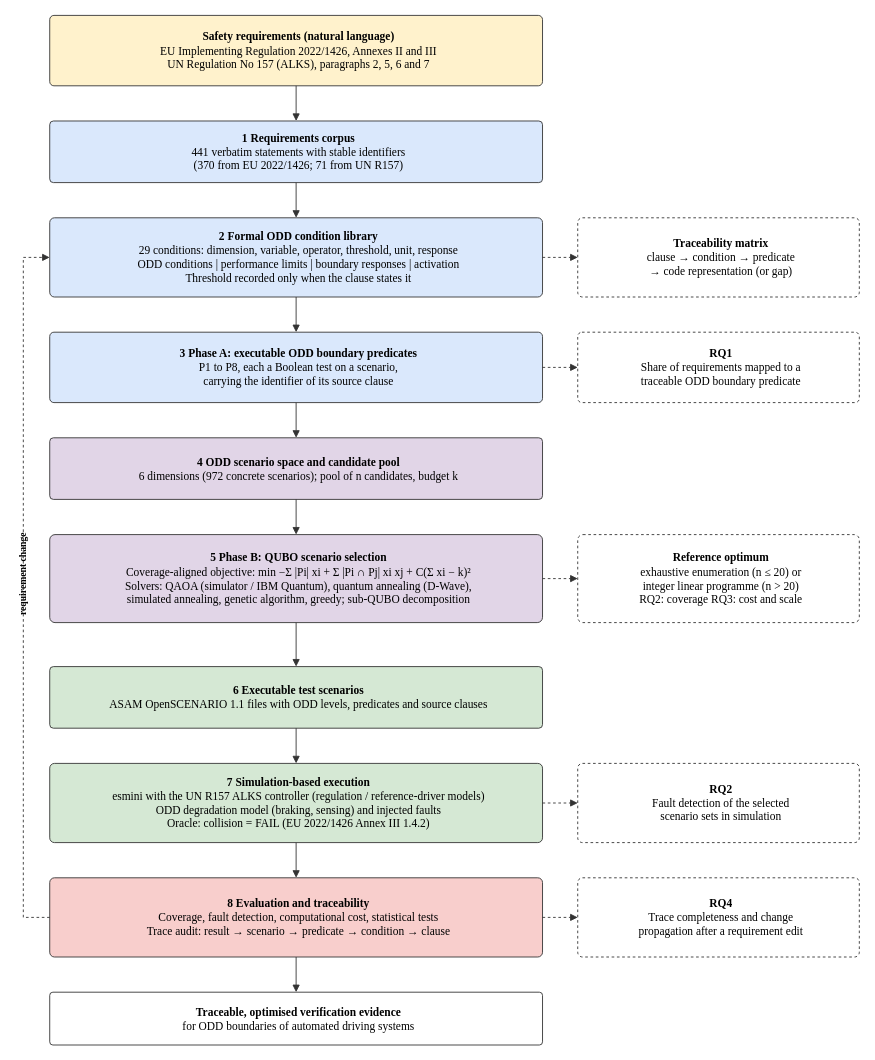
Above: figures/fig3_1_architecture.drawio in RukhDaud/saai-quantum-thesis (draw.io), before the change. Source tidied: cells renumbered, new cells numbered last; positions are measured from the earlier drawing's top-left corner, leaving out a move shared by most shapes. Both pictures are drawn from the tidied source at 88%, with x=0, y=0 at pixel (15, 15).
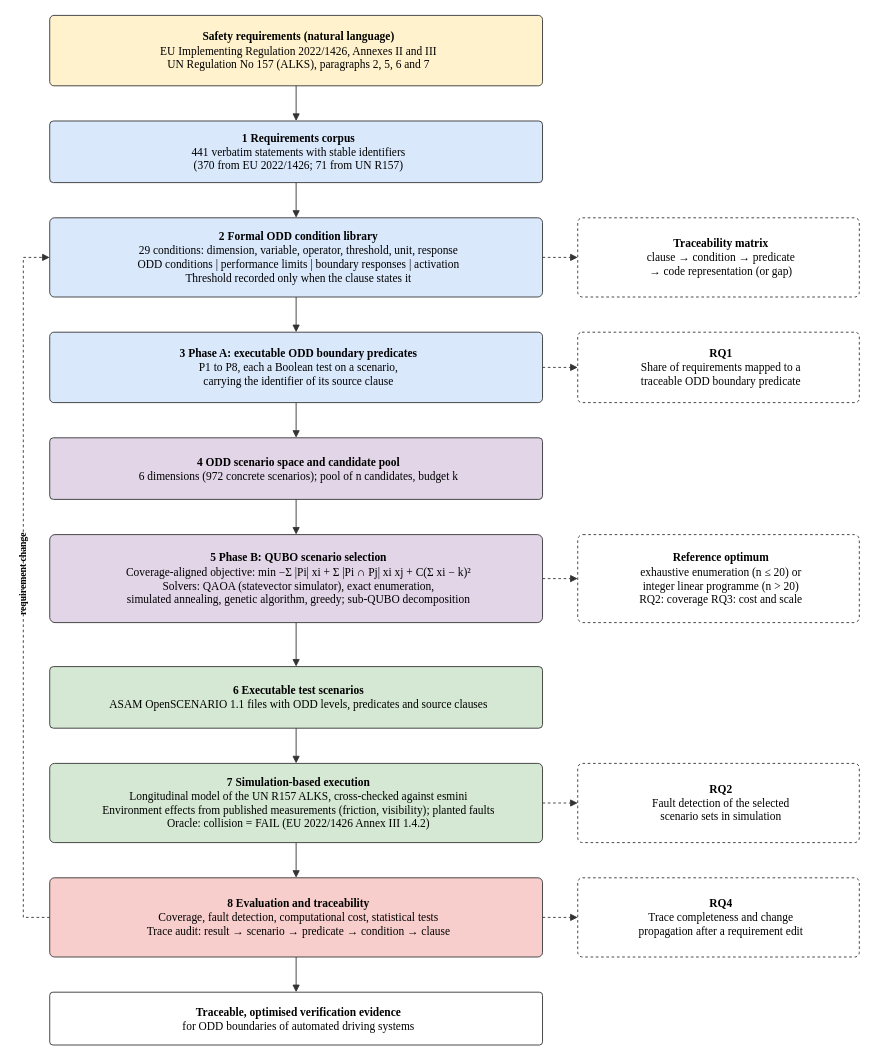
After the change.

The edit, as a diff of the source:
```diff
@@
-    <mxCell id="7" value="&lt;b&gt;5  Phase B: QUBO scenario selection&lt;/b&gt;&lt;br&gt;Coverage-aligned objective: min  −Σ |Pi| xi + Σ |Pi ∩ Pj| xi xj + C(Σ xi − k)²&lt;br&gt;Solvers: QAOA (simulator / IBM Quantum), quantum annealing (D-Wave),&lt;br&gt;simulated annealing, genetic algorithm, greedy; sub-QUBO decomposition" style="rounded=1;whiteSpace=wrap;html=1;fillColor=#E1D5E7;strokeColor=#333333;fontFamily=Times New Roman;fontSize=13;align=center;spacingLeft=6;arcSize=6;" parent="1" vertex="1">
+    <mxCell id="7" value="&lt;b&gt;5  Phase B: QUBO scenario selection&lt;/b&gt;&lt;br&gt;Coverage-aligned objective: min  −Σ |Pi| xi + Σ |Pi ∩ Pj| xi xj + C(Σ xi − k)²&lt;br&gt;Solvers: QAOA (statevector simulator), exact enumeration,&lt;br&gt;simulated annealing, genetic algorithm, greedy; sub-QUBO decomposition" style="rounded=1;whiteSpace=wrap;html=1;fillColor=#E1D5E7;strokeColor=#333333;fontFamily=Times New Roman;fontSize=13;align=center;spacingLeft=6;arcSize=6;" parent="1" vertex="1">
       <mxGeometry x="39" y="590" width="560" height="100" as="geometry" />
     </mxCell>
@@
-    <mxCell id="9" value="&lt;b&gt;7  Simulation-based execution&lt;/b&gt;&lt;br&gt;esmini with the UN R157 ALKS controller (regulation / reference-driver models)&lt;br&gt;ODD degradation model (braking, sensing) and injected faults&lt;br&gt;Oracle: collision = FAIL (EU 2022/1426 Annex III 1.4.2)" style="rounded=1;whiteSpace=wrap;html=1;fillColor=#D5E8D4;strokeColor=#333333;fontFamily=Times New Roman;fontSize=13;align=center;spacingLeft=6;arcSize=6;" parent="1" vertex="1">
+    <mxCell id="9" value="&lt;b&gt;7  Simulation-based execution&lt;/b&gt;&lt;br&gt;Longitudinal model of the UN R157 ALKS, cross-checked against esmini&lt;br&gt;Environment effects from published measurements (friction, visibility); planted faults&lt;br&gt;Oracle: collision = FAIL (EU 2022/1426 Annex III 1.4.2)" style="rounded=1;whiteSpace=wrap;html=1;fillColor=#D5E8D4;strokeColor=#333333;fontFamily=Times New Roman;fontSize=13;align=center;spacingLeft=6;arcSize=6;" parent="1" vertex="1">
       <mxGeometry x="39" y="850" width="560" height="90" as="geometry" />
     </mxCell>
```
